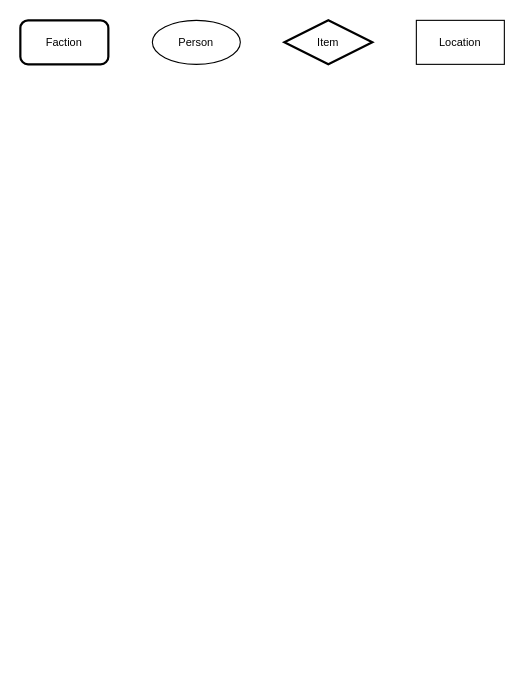
Above: stonehell_notes.drawio in zgrow/misc_bucket (draw.io), before the change. Source tidied: cells renumbered, new cells numbered last; positions are measured from the earlier drawing's top-left corner, leaving out a move shared by most shapes. Both pictures are drawn from the tidied source at 110%, with x=0, y=0 at pixel (20, 20).
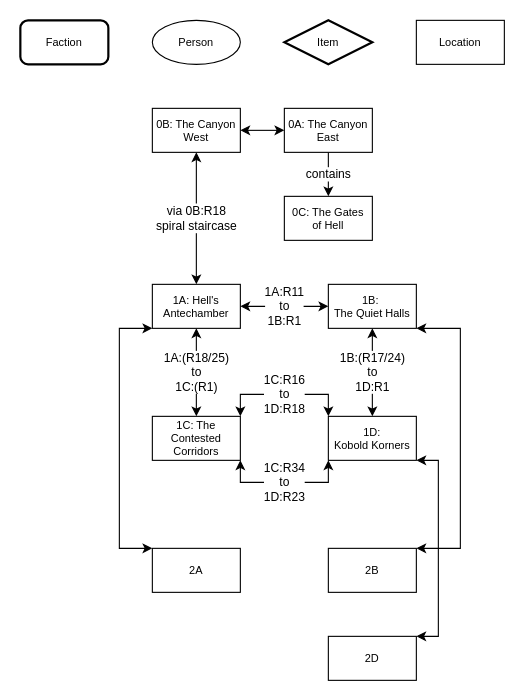
After the change.

Change to the diagram source:
```diff
@@
+    <mxCell id="6" value="&lt;div&gt;1A:R11&lt;/div&gt;&lt;div&gt;to&lt;/div&gt;&lt;div&gt;1B:R1&lt;/div&gt;" style="edgeStyle=orthogonalEdgeStyle;shape=connector;rounded=0;jettySize=auto;html=1;strokeColor=default;align=center;verticalAlign=middle;fontFamily=Helvetica;fontSize=11;fontColor=default;labelBackgroundColor=default;startArrow=classic;startFill=1;endArrow=classic;" parent="1" edge="1" source="9" target="12">
+      <mxGeometry relative="1" as="geometry" />
+    </mxCell>
+    <mxCell id="7" value="&lt;div&gt;1A:(R18/25)&lt;/div&gt;&lt;div&gt;to&lt;/div&gt;&lt;div&gt;1C:(R1)&lt;/div&gt;" style="edgeStyle=orthogonalEdgeStyle;shape=connector;rounded=0;jettySize=auto;html=1;strokeColor=default;align=center;verticalAlign=middle;fontFamily=Helvetica;fontSize=11;fontColor=default;labelBackgroundColor=default;startArrow=classic;startFill=1;endArrow=classic;" parent="1" edge="1" source="9" target="15">
+      <mxGeometry relative="1" as="geometry" />
+    </mxCell>
+    <mxCell id="8" style="edgeStyle=orthogonalEdgeStyle;shape=connector;rounded=0;jettySize=auto;html=1;exitX=0;exitY=1;exitDx=0;exitDy=0;strokeColor=default;align=center;verticalAlign=middle;fontFamily=Helvetica;fontSize=11;fontColor=default;labelBackgroundColor=default;startArrow=classic;startFill=1;endArrow=classic;entryX=0;entryY=0;entryDx=0;entryDy=0;" parent="1" edge="1" source="9" target="24">
+      <mxGeometry relative="1" as="geometry">
+        <Array as="points">
+          <mxPoint x="90" y="280" />
+          <mxPoint x="90" y="480" />
+        </Array>
+      </mxGeometry>
+    </mxCell>
+    <mxCell id="9" value="&lt;div&gt;1A: Hell's&lt;/div&gt;&lt;div&gt;Antechamber&lt;/div&gt;" style="rounded=0;whiteSpace=wrap;html=1;fontSize=10;" parent="1" vertex="1">
+      <mxGeometry x="120" y="240" width="80" height="40" as="geometry" />
+    </mxCell>
+    <mxCell id="10" value="&lt;div&gt;1B:(R17/24)&lt;/div&gt;&lt;div&gt;to&lt;/div&gt;&lt;div&gt;1D:R1&lt;/div&gt;" style="edgeStyle=orthogonalEdgeStyle;shape=connector;rounded=0;jettySize=auto;html=1;strokeColor=default;align=center;verticalAlign=middle;fontFamily=Helvetica;fontSize=11;fontColor=default;labelBackgroundColor=default;startArrow=classic;startFill=1;endArrow=classic;" parent="1" edge="1" source="12" target="17">
+      <mxGeometry relative="1" as="geometry" />
+    </mxCell>
+    <mxCell id="11" style="edgeStyle=orthogonalEdgeStyle;shape=connector;rounded=0;jettySize=auto;html=1;exitX=1;exitY=1;exitDx=0;exitDy=0;strokeColor=default;align=center;verticalAlign=middle;fontFamily=Helvetica;fontSize=11;fontColor=default;labelBackgroundColor=default;startArrow=classic;startFill=1;endArrow=classic;entryX=1;entryY=0;entryDx=0;entryDy=0;" parent="1" edge="1" source="12" target="25">
+      <mxGeometry relative="1" as="geometry">
+        <Array as="points">
+          <mxPoint x="400" y="280" />
+          <mxPoint x="400" y="480" />
+        </Array>
+      </mxGeometry>
+    </mxCell>
+    <mxCell id="12" value="&lt;div&gt;1B:&amp;nbsp;&lt;/div&gt;&lt;div&gt;The Quiet Halls&lt;/div&gt;" style="rounded=0;whiteSpace=wrap;html=1;fontSize=10;" parent="1" vertex="1">
+      <mxGeometry x="280" y="240" width="80" height="40" as="geometry" />
+    </mxCell>
+    <mxCell id="13" value="&lt;div&gt;1C:R16&lt;/div&gt;&lt;div&gt;to&lt;/div&gt;&lt;div&gt;1D:R18&lt;/div&gt;" style="edgeStyle=orthogonalEdgeStyle;shape=connector;rounded=0;jettySize=auto;html=1;strokeColor=default;align=center;verticalAlign=middle;fontFamily=Helvetica;fontSize=11;fontColor=default;labelBackgroundColor=default;startArrow=classic;startFill=1;endArrow=classic;exitX=1;exitY=0;exitDx=0;exitDy=0;entryX=0;entryY=0;entryDx=0;entryDy=0;" parent="1" edge="1" source="15" target="17">
+      <mxGeometry relative="1" as="geometry" />
+    </mxCell>
+    <mxCell id="14" value="&lt;div&gt;1C:R34&lt;/div&gt;&lt;div&gt;to&lt;/div&gt;&lt;div&gt;1D:R23&lt;/div&gt;" style="edgeStyle=orthogonalEdgeStyle;shape=connector;rounded=0;jettySize=auto;html=1;exitX=1;exitY=1;exitDx=0;exitDy=0;entryX=0;entryY=1;entryDx=0;entryDy=0;strokeColor=default;align=center;verticalAlign=middle;fontFamily=Helvetica;fontSize=11;fontColor=default;labelBackgroundColor=default;startArrow=classic;startFill=1;endArrow=classic;" parent="1" edge="1" source="15" target="17">
+      <mxGeometry relative="1" as="geometry" />
+    </mxCell>
+    <mxCell id="15" value="&lt;div&gt;1C: The&lt;/div&gt;&lt;div&gt;Contested Corridors&lt;/div&gt;" style="rounded=0;whiteSpace=wrap;html=1;fontSize=10;" parent="1" vertex="1">
+      <mxGeometry x="120" y="360" width="80" height="40" as="geometry" />
+    </mxCell>
+    <mxCell id="16" style="edgeStyle=orthogonalEdgeStyle;shape=connector;rounded=0;jettySize=auto;html=1;exitX=1;exitY=1;exitDx=0;exitDy=0;strokeColor=default;align=center;verticalAlign=middle;fontFamily=Helvetica;fontSize=11;fontColor=default;labelBackgroundColor=default;startArrow=classic;startFill=1;endArrow=classic;entryX=1;entryY=0;entryDx=0;entryDy=0;" parent="1" edge="1" source="17" target="26">
+      <mxGeometry relative="1" as="geometry">
+        <Array as="points">
+          <mxPoint x="380" y="400" />
+          <mxPoint x="380" y="560" />
+        </Array>
+      </mxGeometry>
+    </mxCell>
+    <mxCell id="17" value="&lt;div&gt;1D:&lt;/div&gt;&lt;div&gt;Kobold Korners&lt;/div&gt;" style="rounded=0;whiteSpace=wrap;html=1;fontSize=10;" parent="1" vertex="1">
+      <mxGeometry x="280" y="360" width="80" height="40" as="geometry" />
+    </mxCell>
+    <mxCell id="18" style="edgeStyle=orthogonalEdgeStyle;rounded=0;jettySize=auto;html=1;startArrow=classic;startFill=1;" parent="1" edge="1" source="20" target="22">
+      <mxGeometry relative="1" as="geometry" />
+    </mxCell>
+    <mxCell id="19" value="contains" style="edgeStyle=orthogonalEdgeStyle;shape=connector;rounded=0;jettySize=auto;html=1;strokeColor=default;align=center;verticalAlign=middle;fontFamily=Helvetica;fontSize=11;fontColor=default;labelBackgroundColor=default;startArrow=none;startFill=0;endArrow=classic;" parent="1" edge="1" source="20" target="23">
+      <mxGeometry relative="1" as="geometry" />
+    </mxCell>
+    <mxCell id="20" value="&lt;div&gt;0A: The Canyon&lt;/div&gt;&lt;div&gt;East&lt;/div&gt;" style="rounded=0;whiteSpace=wrap;html=1;fontSize=10;" parent="1" vertex="1">
+      <mxGeometry x="240" y="80" width="80" height="40" as="geometry" />
+    </mxCell>
+    <mxCell id="21" value="&lt;div&gt;via 0B:R18&lt;/div&gt;&lt;div&gt;spiral staircase&lt;/div&gt;" style="edgeStyle=orthogonalEdgeStyle;shape=connector;rounded=0;jettySize=auto;html=1;strokeColor=default;align=center;verticalAlign=middle;fontFamily=Helvetica;fontSize=11;fontColor=default;labelBackgroundColor=default;startArrow=classic;startFill=1;endArrow=classic;" parent="1" edge="1" source="22" target="9">
+      <mxGeometry relative="1" as="geometry" />
+    </mxCell>
+    <mxCell id="22" value="&lt;div&gt;0B: The Canyon&lt;/div&gt;&lt;div&gt;West&lt;/div&gt;" style="rounded=0;whiteSpace=wrap;html=1;fontSize=10;" parent="1" vertex="1">
+      <mxGeometry x="120" y="80" width="80" height="40" as="geometry" />
+    </mxCell>
+    <mxCell id="23" value="&lt;div&gt;0C: The Gates&lt;/div&gt;&lt;div&gt;of Hell&lt;/div&gt;" style="rounded=0;whiteSpace=wrap;html=1;fontSize=10;" parent="1" vertex="1">
+      <mxGeometry x="240" y="160" width="80" height="40" as="geometry" />
+    </mxCell>
+    <mxCell id="24" value="2A" style="rounded=0;whiteSpace=wrap;html=1;fontSize=10;" parent="1" vertex="1">
+      <mxGeometry x="120" y="480" width="80" height="40" as="geometry" />
+    </mxCell>
+    <mxCell id="25" value="2B" style="rounded=0;whiteSpace=wrap;html=1;fontSize=10;" parent="1" vertex="1">
+      <mxGeometry x="280" y="480" width="80" height="40" as="geometry" />
+    </mxCell>
+    <mxCell id="26" value="2D" style="rounded=0;whiteSpace=wrap;html=1;fontSize=10;" parent="1" vertex="1">
+      <mxGeometry x="280" y="560" width="80" height="40" as="geometry" />
+    </mxCell>
```
